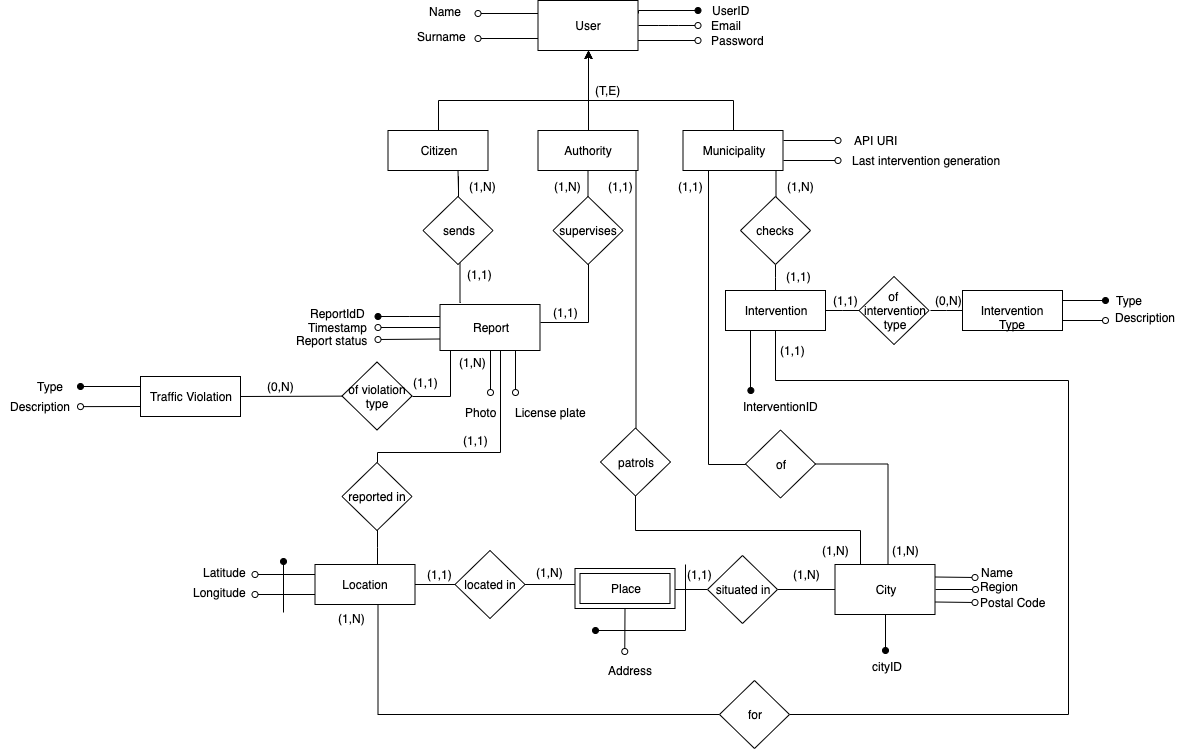
AndreaFalanti/FalantiHuang-SwEngineering2 keeps this draw.io diagram as Documentation/DD/Images/ER_Diagram.png. Above is the earlier version. Source tidied: cells renumbered, new cells last; positions are measured from the earlier drawing's top-left corner, leaving out a move shared by most shapes.
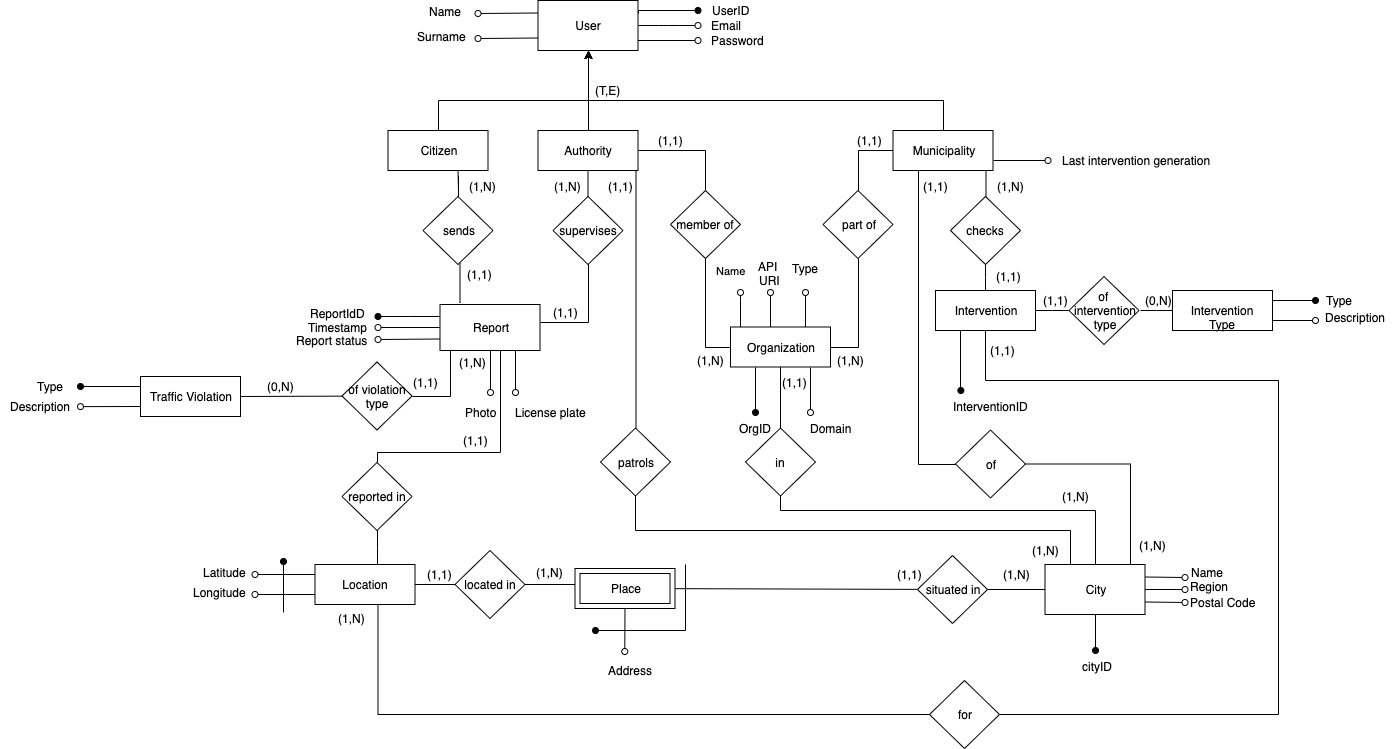
The same file after the commit.

Commit message:
[RASD] add domain registration use case, [DD] update db

The edit, as a diff of the source:
```diff
@@ -13,3 +13,3 @@
     </mxCell>
-    <mxCell id="3" style="edgeStyle=orthogonalEdgeStyle;rounded=0;jettySize=auto;html=1;exitX=0;exitY=0.25;exitDx=0;exitDy=0;endArrow=oval;endFill=0;" parent="1" edge="1" source="5">
+    <mxCell id="3" style="rounded=0;jettySize=auto;html=1;exitX=0;exitY=0.25;exitDx=0;exitDy=0;endArrow=oval;endFill=0;" parent="1" edge="1" source="5">
       <mxGeometry relative="1" as="geometry">
@@ -18,3 +18,3 @@
     </mxCell>
-    <mxCell id="4" style="edgeStyle=orthogonalEdgeStyle;rounded=0;jettySize=auto;html=1;exitX=0;exitY=0.75;exitDx=0;exitDy=0;endArrow=oval;endFill=0;" parent="1" edge="1" source="5">
+    <mxCell id="4" style="rounded=0;jettySize=auto;html=1;exitX=0;exitY=0.75;exitDx=0;exitDy=0;endArrow=oval;endFill=0;" parent="1" edge="1" source="5">
       <mxGeometry relative="1" as="geometry">
@@ -59,2 +59,5 @@
     </mxCell>
+    <mxCell id="125" style="edgeStyle=orthogonalEdgeStyle;rounded=0;jettySize=auto;html=1;exitX=1;exitY=0.5;exitDx=0;exitDy=0;endArrow=none;endFill=0;" parent="1" edge="1" source="13" target="137">
+      <mxGeometry relative="1" as="geometry" />
+    </mxCell>
     <mxCell id="13" value="Authority" style="rounded=0;arcSize=10;whiteSpace=wrap;html=1;align=center;" parent="1" vertex="1">
@@ -65,4 +68,4 @@
         <Array as="points">
-          <mxPoint x="732.5" y="100" />
-          <mxPoint x="587.5" y="100" />
+          <mxPoint x="943" y="100" />
+          <mxPoint x="588" y="100" />
         </Array>
@@ -70,11 +73,2 @@
     </mxCell>
-    <mxCell id="15" style="edgeStyle=elbowEdgeStyle;rounded=0;jettySize=auto;html=1;exitX=1;exitY=0.25;exitDx=0;exitDy=0;startArrow=none;startFill=0;endArrow=oval;endFill=0;strokeColor=#000000;elbow=vertical;" parent="1" edge="1" source="19">
-      <mxGeometry relative="1" as="geometry">
-        <mxPoint x="837.5" y="140" as="targetPoint" />
-        <Array as="points">
-          <mxPoint x="817.5" y="140" />
-          <mxPoint x="807.5" y="150" />
-        </Array>
-      </mxGeometry>
-    </mxCell>
     <mxCell id="16" style="edgeStyle=elbowEdgeStyle;rounded=0;jettySize=auto;html=1;exitX=0.5;exitY=1;exitDx=0;exitDy=0;startArrow=none;startFill=0;endArrow=none;endFill=0;strokeColor=#000000;" parent="1" edge="1" source="19" target="97">
@@ -82,3 +76,3 @@
         <Array as="points">
-          <mxPoint x="775.5" y="210" />
+          <mxPoint x="985.5" y="210" />
         </Array>
@@ -89,3 +83,3 @@
         <Array as="points">
-          <mxPoint x="707.5" y="464" />
+          <mxPoint x="917.5" y="464" />
         </Array>
@@ -95,5 +89,5 @@
       <mxGeometry relative="1" as="geometry">
-        <mxPoint x="837.5" y="160" as="targetPoint" />
+        <mxPoint x="1047.5" y="160" as="targetPoint" />
         <Array as="points">
-          <mxPoint x="817.5" y="160" />
+          <mxPoint x="1027.5" y="160" />
         </Array>
@@ -101,4 +95,11 @@
     </mxCell>
+    <mxCell id="126" style="edgeStyle=orthogonalEdgeStyle;rounded=0;jettySize=auto;html=1;endArrow=none;endFill=0;" parent="1" edge="1" source="19" target="139">
+      <mxGeometry relative="1" as="geometry">
+        <Array as="points">
+          <mxPoint x="858" y="150" />
+        </Array>
+      </mxGeometry>
+    </mxCell>
     <mxCell id="19" value="Municipality" style="rounded=0;arcSize=10;whiteSpace=wrap;html=1;align=center;" parent="1" vertex="1">
-      <mxGeometry x="682.5" y="130" width="100" height="40" as="geometry" />
+      <mxGeometry x="892.5" y="130" width="100" height="40" as="geometry" />
     </mxCell>
@@ -184,5 +185,2 @@
     </mxCell>
-    <mxCell id="34" value="API URI" style="text;html=1;align=center;verticalAlign=middle;" parent="1" vertex="1">
-      <mxGeometry x="845.5" y="130" width="60" height="20" as="geometry" />
-    </mxCell>
     <mxCell id="35" style="edgeStyle=elbowEdgeStyle;rounded=0;jettySize=auto;elbow=vertical;html=1;startArrow=none;startFill=0;endArrow=none;endFill=0;strokeColor=#000000;" parent="1" edge="1" source="38" target="101">
@@ -193,5 +191,5 @@
         <Array as="points">
-          <mxPoint x="774.5" y="380" />
-          <mxPoint x="1067.5" y="380" />
-          <mxPoint x="1067.5" y="714" />
+          <mxPoint x="984.5" y="380" />
+          <mxPoint x="1277.5" y="380" />
+          <mxPoint x="1277.5" y="714" />
         </Array>
@@ -201,3 +199,3 @@
       <mxGeometry relative="1" as="geometry">
-        <mxPoint x="750.4" y="390" as="targetPoint" />
+        <mxPoint x="960.4" y="390" as="targetPoint" />
       </mxGeometry>
@@ -205,8 +203,6 @@
     <mxCell id="38" value="Intervention" style="rounded=0;arcSize=10;whiteSpace=wrap;html=1;align=center;" parent="1" vertex="1">
-      <mxGeometry x="725" y="290" width="100" height="40" as="geometry" />
+      <mxGeometry x="935" y="290" width="100" height="40" as="geometry" />
     </mxCell>
-    <mxCell id="39" style="edgeStyle=none;rounded=0;jettySize=auto;html=1;exitX=1;exitY=0.5;exitDx=0;exitDy=0;endArrow=none;endFill=0;" parent="1" edge="1" target="71">
-      <mxGeometry relative="1" as="geometry">
-        <mxPoint x="674.5" y="589" as="sourcePoint" />
-      </mxGeometry>
+    <mxCell id="39" style="edgeStyle=none;rounded=0;jettySize=auto;html=1;endArrow=none;endFill=0;" parent="1" edge="1" source="67" target="71">
+      <mxGeometry relative="1" as="geometry" />
     </mxCell>
@@ -214,8 +210,8 @@
       <mxGeometry relative="1" as="geometry">
-        <mxPoint x="974.5" y="577" as="targetPoint" />
+        <mxPoint x="1184.5" y="577" as="targetPoint" />
       </mxGeometry>
     </mxCell>
-    <mxCell id="41" style="edgeStyle=orthogonalEdgeStyle;rounded=0;jettySize=auto;html=1;exitX=1;exitY=0.5;exitDx=0;exitDy=0;startArrow=none;startFill=0;endArrow=oval;endFill=0;strokeColor=#000000;" parent="1" edge="1" source="44">
+    <mxCell id="41" style="rounded=0;jettySize=auto;html=1;exitX=1;exitY=0.5;exitDx=0;exitDy=0;startArrow=none;startFill=0;endArrow=oval;endFill=0;strokeColor=#000000;" parent="1" edge="1" source="44">
       <mxGeometry relative="1" as="geometry">
-        <mxPoint x="974.5" y="589" as="targetPoint" />
+        <mxPoint x="1184.5" y="589" as="targetPoint" />
       </mxGeometry>
@@ -224,3 +220,3 @@
       <mxGeometry relative="1" as="geometry">
-        <mxPoint x="974.5" y="602" as="targetPoint" />
+        <mxPoint x="1184.5" y="602" as="targetPoint" />
       </mxGeometry>
@@ -229,3 +225,3 @@
       <mxGeometry relative="1" as="geometry">
-        <mxPoint x="884.5" y="650" as="targetPoint" />
+        <mxPoint x="1094.5" y="650" as="targetPoint" />
       </mxGeometry>
@@ -233,3 +229,3 @@
     <mxCell id="44" value="City" style="rounded=0;arcSize=10;whiteSpace=wrap;html=1;align=center;" parent="1" vertex="1">
-      <mxGeometry x="834.5" y="564" width="100" height="50" as="geometry" />
+      <mxGeometry x="1044.5" y="564" width="100" height="50" as="geometry" />
     </mxCell>
@@ -256,3 +252,3 @@
       <mxGeometry relative="1" as="geometry">
-        <mxPoint x="1105" y="300" as="targetPoint" />
+        <mxPoint x="1315" y="300" as="targetPoint" />
       </mxGeometry>
@@ -261,3 +257,3 @@
       <mxGeometry relative="1" as="geometry">
-        <mxPoint x="1105" y="320" as="targetPoint" />
+        <mxPoint x="1315" y="320" as="targetPoint" />
       </mxGeometry>
@@ -265,3 +261,3 @@
     <mxCell id="52" value="Intervention Type" style="rounded=0;arcSize=10;whiteSpace=wrap;html=1;align=center;" parent="1" vertex="1">
-      <mxGeometry x="962" y="290" width="100" height="40" as="geometry" />
+      <mxGeometry x="1172" y="290" width="100" height="40" as="geometry" />
     </mxCell>
@@ -293,9 +289,9 @@
     <mxCell id="60" value="Name" style="text;html=1;align=center;verticalAlign=middle;" parent="1" vertex="1">
-      <mxGeometry x="972" y="562" width="50" height="20" as="geometry" />
+      <mxGeometry x="1182" y="562" width="50" height="20" as="geometry" />
     </mxCell>
     <mxCell id="61" value="Region" style="text;html=1;align=center;verticalAlign=middle;" parent="1" vertex="1">
-      <mxGeometry x="974" y="576" width="50" height="20" as="geometry" />
+      <mxGeometry x="1184" y="576" width="50" height="20" as="geometry" />
     </mxCell>
     <mxCell id="62" value="Postal Code" style="text;html=1;align=center;verticalAlign=middle;" parent="1" vertex="1">
-      <mxGeometry x="972" y="592" width="80" height="20" as="geometry" />
+      <mxGeometry x="1182" y="592" width="80" height="20" as="geometry" />
     </mxCell>
@@ -311,3 +307,3 @@
       <mxGeometry relative="1" as="geometry">
-        <mxPoint x="834.5" y="589" as="sourcePoint" />
+        <mxPoint x="1044.5" y="589" as="sourcePoint" />
       </mxGeometry>
@@ -332,9 +328,9 @@
     <mxCell id="71" value="situated in" style="shape=rhombus;perimeter=rhombusPerimeter;whiteSpace=wrap;html=1;align=center;" parent="1" vertex="1">
-      <mxGeometry x="707" y="555" width="70" height="68" as="geometry" />
+      <mxGeometry x="917" y="555" width="70" height="68" as="geometry" />
     </mxCell>
     <mxCell id="72" value="(1,N)" style="text;html=1;align=center;verticalAlign=middle;" parent="1" vertex="1">
-      <mxGeometry x="786" y="564" width="40" height="20" as="geometry" />
+      <mxGeometry x="996" y="564" width="40" height="20" as="geometry" />
     </mxCell>
     <mxCell id="73" value="(1,1)" style="text;html=1;align=center;verticalAlign=middle;" parent="1" vertex="1">
-      <mxGeometry x="679.5" y="564" width="40" height="20" as="geometry" />
+      <mxGeometry x="889.5" y="564" width="40" height="20" as="geometry" />
     </mxCell>
@@ -425,9 +421,9 @@
     <mxCell id="97" value="checks" style="shape=rhombus;perimeter=rhombusPerimeter;whiteSpace=wrap;html=1;align=center;" parent="1" vertex="1">
-      <mxGeometry x="740" y="196" width="70" height="68" as="geometry" />
+      <mxGeometry x="950" y="196" width="70" height="68" as="geometry" />
     </mxCell>
     <mxCell id="98" value="Type" style="text;html=1;align=center;verticalAlign=middle;" parent="1" vertex="1">
-      <mxGeometry x="1109" y="290" width="40" height="20" as="geometry" />
+      <mxGeometry x="1319" y="290" width="40" height="20" as="geometry" />
     </mxCell>
     <mxCell id="99" value="Description" style="text;html=1;align=center;verticalAlign=middle;" parent="1" vertex="1">
-      <mxGeometry x="1105" y="307" width="80" height="20" as="geometry" />
+      <mxGeometry x="1315" y="307" width="80" height="20" as="geometry" />
     </mxCell>
@@ -435,3 +431,3 @@
       <mxGeometry relative="1" as="geometry">
-        <mxPoint x="930" y="310" as="sourcePoint" />
+        <mxPoint x="1140" y="310" as="sourcePoint" />
       </mxGeometry>
@@ -439,9 +435,9 @@
     <mxCell id="101" value="of&amp;nbsp;&lt;br&gt;intervention&lt;br&gt;type" style="shape=rhombus;perimeter=rhombusPerimeter;whiteSpace=wrap;html=1;align=center;" parent="1" vertex="1">
-      <mxGeometry x="858.5" y="276" width="70" height="68" as="geometry" />
+      <mxGeometry x="1068.5" y="276" width="70" height="68" as="geometry" />
     </mxCell>
     <mxCell id="102" value="(1,1)" style="text;html=1;align=center;verticalAlign=middle;" parent="1" vertex="1">
-      <mxGeometry x="825" y="290" width="40" height="20" as="geometry" />
+      <mxGeometry x="1035" y="290" width="40" height="20" as="geometry" />
     </mxCell>
     <mxCell id="103" value="(0,N)" style="text;html=1;align=center;verticalAlign=middle;" parent="1" vertex="1">
-      <mxGeometry x="928.5" y="290" width="40" height="20" as="geometry" />
+      <mxGeometry x="1138.5" y="290" width="40" height="20" as="geometry" />
     </mxCell>
@@ -459,3 +455,4 @@
         <Array as="points">
-          <mxPoint x="887.5" y="520" />
+          <mxPoint x="1130" y="510" />
+          <mxPoint x="1097.5" y="520" />
         </Array>
@@ -464,3 +461,3 @@
     <mxCell id="108" value="of" style="shape=rhombus;perimeter=rhombusPerimeter;whiteSpace=wrap;html=1;align=center;" parent="1" vertex="1">
-      <mxGeometry x="745" y="429.5" width="70" height="68" as="geometry" />
+      <mxGeometry x="955" y="429.5" width="70" height="68" as="geometry" />
     </mxCell>
@@ -470,15 +467,15 @@
     <mxCell id="110" value="(1,N)" style="text;html=1;align=center;verticalAlign=middle;" parent="1" vertex="1">
-      <mxGeometry x="815.5" y="540" width="40" height="20" as="geometry" />
+      <mxGeometry x="1025.5" y="540" width="40" height="20" as="geometry" />
     </mxCell>
     <mxCell id="111" value="(1,1)" style="text;html=1;align=center;verticalAlign=middle;" parent="1" vertex="1">
-      <mxGeometry x="670" y="176" width="40" height="20" as="geometry" />
+      <mxGeometry x="915" y="176" width="40" height="20" as="geometry" />
     </mxCell>
     <mxCell id="112" value="(1,1)" style="text;html=1;align=center;verticalAlign=middle;" parent="1" vertex="1">
-      <mxGeometry x="778.5" y="266" width="40" height="20" as="geometry" />
+      <mxGeometry x="988.5" y="266" width="40" height="20" as="geometry" />
     </mxCell>
     <mxCell id="113" value="(1,N)" style="text;html=1;align=center;verticalAlign=middle;" parent="1" vertex="1">
-      <mxGeometry x="780" y="176" width="40" height="20" as="geometry" />
+      <mxGeometry x="990" y="176" width="40" height="20" as="geometry" />
     </mxCell>
     <mxCell id="114" value="(1,N)" style="text;html=1;align=center;verticalAlign=middle;" parent="1" vertex="1">
-      <mxGeometry x="885.5" y="540" width="40" height="20" as="geometry" />
+      <mxGeometry x="1132" y="535" width="40" height="20" as="geometry" />
     </mxCell>
@@ -492,6 +489,6 @@
     <mxCell id="116" value="for" style="shape=rhombus;perimeter=rhombusPerimeter;whiteSpace=wrap;html=1;align=center;" parent="1" vertex="1">
-      <mxGeometry x="719" y="680" width="70" height="68" as="geometry" />
+      <mxGeometry x="929" y="680" width="70" height="68" as="geometry" />
     </mxCell>
     <mxCell id="117" value="(1,1)" style="text;html=1;align=center;verticalAlign=middle;" parent="1" vertex="1">
-      <mxGeometry x="772.5" y="340" width="40" height="20" as="geometry" />
+      <mxGeometry x="982.5" y="340" width="40" height="20" as="geometry" />
     </mxCell>
@@ -501,3 +498,3 @@
     <mxCell id="119" value="InterventionID" style="text;html=1;align=center;verticalAlign=middle;" parent="1" vertex="1">
-      <mxGeometry x="735" y="395.5" width="90" height="20" as="geometry" />
+      <mxGeometry x="945" y="395.5" width="90" height="20" as="geometry" />
     </mxCell>
@@ -515,7 +512,103 @@
     <mxCell id="123" value="Last intervention generation" style="text;html=1;align=center;verticalAlign=middle;" parent="1" vertex="1">
-      <mxGeometry x="845.5" y="150" width="160" height="20" as="geometry" />
+      <mxGeometry x="1055.5" y="150" width="160" height="20" as="geometry" />
     </mxCell>
     <mxCell id="124" value="cityID" style="text;html=1;align=center;verticalAlign=middle;" parent="1" vertex="1">
-      <mxGeometry x="861.5" y="656" width="50" height="20" as="geometry" />
+      <mxGeometry x="1071.5" y="656" width="50" height="20" as="geometry" />
     </mxCell>
+    <mxCell id="127" style="edgeStyle=orthogonalEdgeStyle;rounded=0;jettySize=auto;html=1;exitX=0.25;exitY=1;exitDx=0;exitDy=0;endArrow=oval;endFill=1;" parent="1" edge="1" source="133">
+      <mxGeometry relative="1" as="geometry">
+        <mxPoint x="755" y="412" as="targetPoint" />
+      </mxGeometry>
+    </mxCell>
+    <mxCell id="128" style="edgeStyle=orthogonalEdgeStyle;rounded=0;orthogonalLoop=1;jettySize=auto;html=1;endArrow=oval;endFill=0;" parent="1" edge="1">
+      <mxGeometry relative="1" as="geometry">
+        <mxPoint x="810" y="367" as="sourcePoint" />
+        <mxPoint x="810" y="412" as="targetPoint" />
+      </mxGeometry>
+    </mxCell>
+    <mxCell id="129" value="Name" style="edgeStyle=elbowEdgeStyle;rounded=0;jettySize=auto;html=1;endArrow=oval;endFill=0;" parent="1" edge="1" source="133">
+      <mxGeometry x="1" y="24" relative="1" as="geometry">
+        <mxPoint x="740" y="292" as="targetPoint" />
+        <Array as="points">
+          <mxPoint x="740" y="300" />
+        </Array>
+        <mxPoint x="14" y="-21" as="offset" />
+      </mxGeometry>
+    </mxCell>
+    <mxCell id="130" style="edgeStyle=elbowEdgeStyle;rounded=0;jettySize=auto;html=1;exitX=0.75;exitY=0;exitDx=0;exitDy=0;endArrow=oval;endFill=0;" parent="1" edge="1" source="133">
+      <mxGeometry relative="1" as="geometry">
+        <mxPoint x="770" y="292" as="targetPoint" />
+        <Array as="points">
+          <mxPoint x="770" y="310" />
+        </Array>
+      </mxGeometry>
+    </mxCell>
+    <mxCell id="131" style="edgeStyle=orthogonalEdgeStyle;rounded=0;jettySize=auto;html=1;endArrow=none;endFill=0;" parent="1" edge="1" source="133" target="145">
+      <mxGeometry relative="1" as="geometry" />
+    </mxCell>
+    <mxCell id="132" style="rounded=0;jettySize=auto;html=1;exitX=0.75;exitY=0;exitDx=0;exitDy=0;endArrow=oval;endFill=0;" parent="1" edge="1" source="133">
+      <mxGeometry relative="1" as="geometry">
+        <mxPoint x="805" y="292" as="targetPoint" />
+      </mxGeometry>
+    </mxCell>
+    <mxCell id="133" value="Organization" style="rounded=0;arcSize=10;whiteSpace=wrap;html=1;align=center;" parent="1" vertex="1">
+      <mxGeometry x="730" y="326.5" width="100" height="40" as="geometry" />
+    </mxCell>
+    <mxCell id="134" value="OrgID" style="text;html=1;align=center;verticalAlign=middle;" parent="1" vertex="1">
+      <mxGeometry x="730" y="418" width="50" height="20" as="geometry" />
+    </mxCell>
+    <mxCell id="135" value="Domain" style="text;html=1;align=center;verticalAlign=middle;" parent="1" vertex="1">
+      <mxGeometry x="800" y="418" width="60" height="20" as="geometry" />
+    </mxCell>
+    <mxCell id="34" value="API &lt;br&gt;URI" style="text;html=1;align=center;verticalAlign=middle;" parent="1" vertex="1">
+      <mxGeometry x="748" y="258" width="40" height="30" as="geometry" />
+    </mxCell>
+    <mxCell id="136" style="edgeStyle=orthogonalEdgeStyle;rounded=0;jettySize=auto;html=1;endArrow=none;endFill=0;" parent="1" edge="1" source="137" target="133">
+      <mxGeometry relative="1" as="geometry">
+        <Array as="points">
+          <mxPoint x="705" y="347" />
+        </Array>
+      </mxGeometry>
+    </mxCell>
+    <mxCell id="137" value="member of" style="shape=rhombus;perimeter=rhombusPerimeter;whiteSpace=wrap;html=1;align=center;" parent="1" vertex="1">
+      <mxGeometry x="670" y="190" width="70" height="68" as="geometry" />
+    </mxCell>
+    <mxCell id="138" style="edgeStyle=orthogonalEdgeStyle;rounded=0;jettySize=auto;html=1;exitX=0.5;exitY=1;exitDx=0;exitDy=0;entryX=1;entryY=0.5;entryDx=0;entryDy=0;endArrow=none;endFill=0;" parent="1" edge="1" source="139" target="133">
+      <mxGeometry relative="1" as="geometry" />
+    </mxCell>
+    <mxCell id="139" value="part of" style="shape=rhombus;perimeter=rhombusPerimeter;whiteSpace=wrap;html=1;align=center;" parent="1" vertex="1">
+      <mxGeometry x="822.5" y="190" width="70" height="68" as="geometry" />
+    </mxCell>
+    <mxCell id="140" value="(1,1)" style="text;html=1;align=center;verticalAlign=middle;" parent="1" vertex="1">
+      <mxGeometry x="849.5" y="130" width="40" height="20" as="geometry" />
+    </mxCell>
+    <mxCell id="141" value="(1,1)" style="text;html=1;align=center;verticalAlign=middle;" parent="1" vertex="1">
+      <mxGeometry x="650" y="130" width="40" height="20" as="geometry" />
+    </mxCell>
+    <mxCell id="142" value="(1,N)" style="text;html=1;align=center;verticalAlign=middle;" parent="1" vertex="1">
+      <mxGeometry x="830" y="350" width="40" height="20" as="geometry" />
+    </mxCell>
+    <mxCell id="143" value="(1,N)" style="text;html=1;align=center;verticalAlign=middle;" parent="1" vertex="1">
+      <mxGeometry x="690" y="350" width="40" height="20" as="geometry" />
+    </mxCell>
+    <mxCell id="144" style="edgeStyle=orthogonalEdgeStyle;rounded=0;jettySize=auto;html=1;endArrow=none;endFill=0;" parent="1" edge="1" source="145" target="44">
+      <mxGeometry relative="1" as="geometry">
+        <Array as="points">
+          <mxPoint x="780" y="510" />
+          <mxPoint x="1095" y="510" />
+        </Array>
+      </mxGeometry>
+    </mxCell>
+    <mxCell id="145" value="in" style="shape=rhombus;perimeter=rhombusPerimeter;whiteSpace=wrap;html=1;align=center;" parent="1" vertex="1">
+      <mxGeometry x="745" y="427.5" width="70" height="68" as="geometry" />
+    </mxCell>
+    <mxCell id="146" value="(1,1)" style="text;html=1;align=center;verticalAlign=middle;" parent="1" vertex="1">
+      <mxGeometry x="774.5" y="371.5" width="40" height="20" as="geometry" />
+    </mxCell>
+    <mxCell id="147" value="(1,N)" style="text;html=1;align=center;verticalAlign=middle;" parent="1" vertex="1">
+      <mxGeometry x="1055.5" y="486" width="40" height="20" as="geometry" />
+    </mxCell>
+    <mxCell id="148" value="Type" style="text;html=1;align=center;verticalAlign=middle;" parent="1" vertex="1">
+      <mxGeometry x="785" y="258" width="40" height="20" as="geometry" />
+    </mxCell>
   </root>
```
